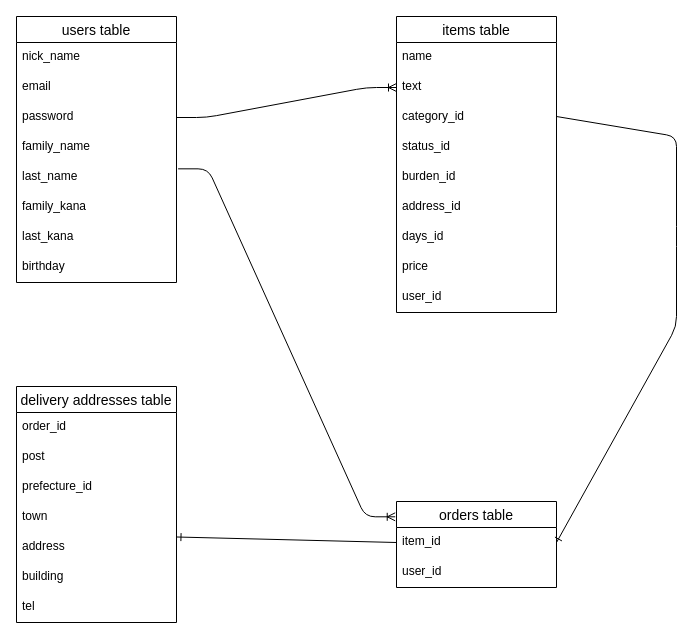
Earlier version of the draw.io diagram test.dio (tamaki-murakami/furima-31132). Source tidied: cells renumbered, new cells numbered last; positions are measured from the earlier drawing's top-left corner, leaving out a move shared by most shapes. Both pictures are drawn from the tidied source at 100%, with x=0, y=0 at pixel (16, 16).
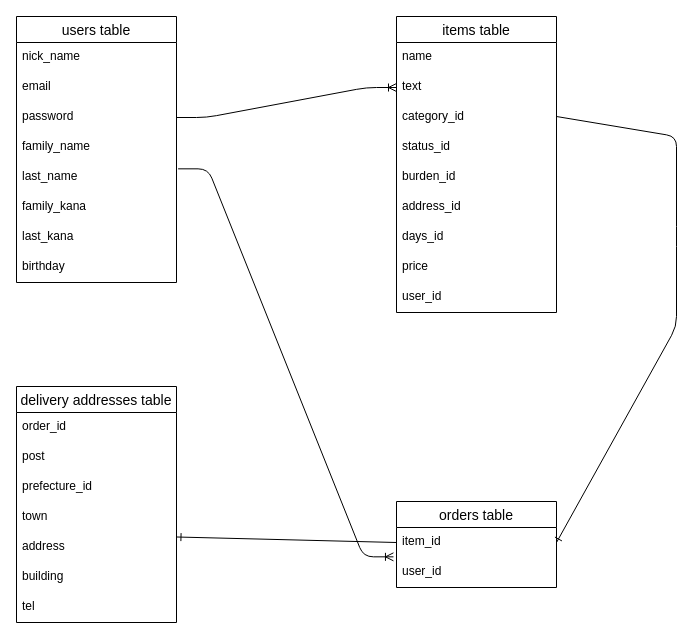
The same diagram, later.

The change refers to these unchanged cells:
```xml
<mxCell id="7" value="last_name" style="text;strokeColor=none;fillColor=none;spacingLeft=4;spacingRight=4;overflow=hidden;points=[[0,0.5],[1,0.5]];portConstraint=eastwest;fontSize=12;" parent="2" vertex="1">
  <mxGeometry y="146" width="160" height="30" as="geometry" />
</mxCell>
<mxCell id="32" value="orders table" style="swimlane;fontStyle=0;horizontal=1;startSize=26;align=center;fontSize=14;" parent="1" vertex="1">
  <mxGeometry x="380" y="485" width="160" height="86" as="geometry" />
</mxCell>
<mxCell id="33" value="item_id" style="text;strokeColor=none;fillColor=none;spacingLeft=4;spacingRight=4;overflow=hidden;points=[[0,0.5],[1,0.5]];portConstraint=eastwest;fontSize=12;" parent="32" vertex="1">
  <mxGeometry y="26" width="160" height="30" as="geometry" />
</mxCell>
```

What changed in the source:
```diff
@@
-    <mxCell id="35" style="edgeStyle=entityRelationEdgeStyle;fontSize=12;html=1;endArrow=ERoneToMany;exitX=1.01;exitY=0.211;exitDx=0;exitDy=0;exitPerimeter=0;entryX=-0.008;entryY=0.178;entryDx=0;entryDy=0;entryPerimeter=0;" parent="1" edge="1" source="7" target="32">
+    <mxCell id="35" style="edgeStyle=entityRelationEdgeStyle;fontSize=12;html=1;endArrow=ERoneToMany;exitX=1.01;exitY=0.211;exitDx=0;exitDy=0;exitPerimeter=0;entryX=-0.019;entryY=0.978;entryDx=0;entryDy=0;entryPerimeter=0;" parent="1" edge="1" source="7" target="33">
       <mxGeometry relative="1" as="geometry" />
     </mxCell>
```
